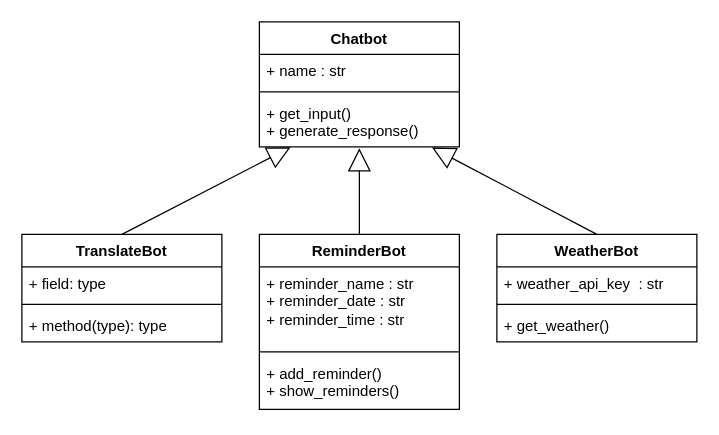
Above: umldiagram.drawio in barisparlakk/omniabotv2 (draw.io), before the change. Source tidied: cells renumbered, new cells numbered last; positions are measured from the earlier drawing's top-left corner, leaving out a move shared by most shapes. Both pictures are drawn from the tidied source at 125%, with x=0, y=0 at pixel (21, 21).
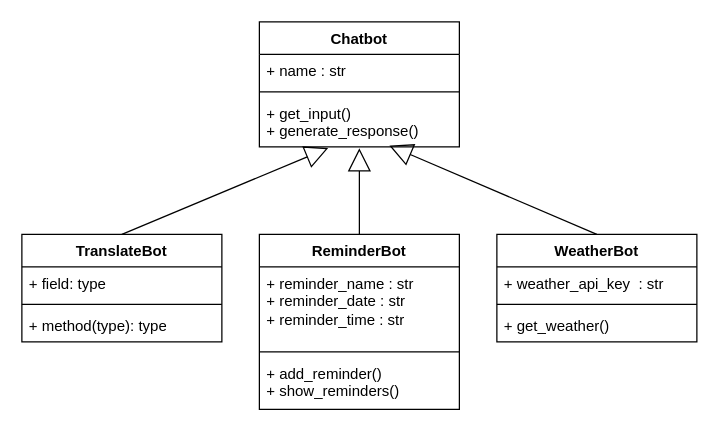
After the change.

Commit message:
Changes on UML Diagram.

Unchanged cells that the change refers to:
```xml
<mxCell id="5" value="&lt;div&gt;+ get_input()&lt;/div&gt;&lt;div&gt;+ generate_response()&lt;/div&gt;" style="text;strokeColor=none;fillColor=none;align=left;verticalAlign=top;spacingLeft=4;spacingRight=4;overflow=hidden;points=[[0,0.5],[1,0.5]];portConstraint=eastwest;whiteSpace=wrap;html=1;" parent="2" vertex="1">
  <mxGeometry y="60" width="160" height="40" as="geometry" />
</mxCell>
<mxCell id="6" value="WeatherBot" style="swimlane;fontStyle=1;align=center;verticalAlign=top;horizontal=1;startSize=26;whiteSpace=wrap;html=1;" parent="1" vertex="1">
  <mxGeometry x="380" y="170" width="160" height="86" as="geometry" />
</mxCell>
<mxCell id="14" value="TranslateBot" style="swimlane;fontStyle=1;align=center;verticalAlign=top;horizontal=1;startSize=26;whiteSpace=wrap;html=1;" parent="1" vertex="1">
  <mxGeometry y="170" width="160" height="86" as="geometry" />
</mxCell>
```

What changed in the source:
```diff
@@
-    <mxCell id="19" style="endArrow=block;endSize=16;endFill=0;html=1;rounded=0;exitX=0.5;exitY=0;exitDx=0;exitDy=0;entryX=0.863;entryY=1.014;entryDx=0;entryDy=0;entryPerimeter=0;" parent="1" edge="1" source="6" target="5">
+    <mxCell id="19" style="endArrow=block;endSize=16;endFill=0;html=1;rounded=0;exitX=0.5;exitY=0;exitDx=0;exitDy=0;entryX=0.65;entryY=0.975;entryDx=0;entryDy=0;entryPerimeter=0;" parent="1" edge="1" source="6" target="5">
       <mxGeometry relative="1" as="geometry" />
     </mxCell>
-    <mxCell id="20" style="endArrow=block;endSize=16;endFill=0;html=1;rounded=0;exitX=0.5;exitY=0;exitDx=0;exitDy=0;entryX=0.156;entryY=1.007;entryDx=0;entryDy=0;entryPerimeter=0;" parent="1" edge="1" source="14" target="5">
+    <mxCell id="20" style="endArrow=block;endSize=16;endFill=0;html=1;rounded=0;exitX=0.5;exitY=0;exitDx=0;exitDy=0;entryX=0.344;entryY=1.025;entryDx=0;entryDy=0;entryPerimeter=0;" parent="1" edge="1" source="14" target="5">
       <mxGeometry relative="1" as="geometry" />
     </mxCell>
```
